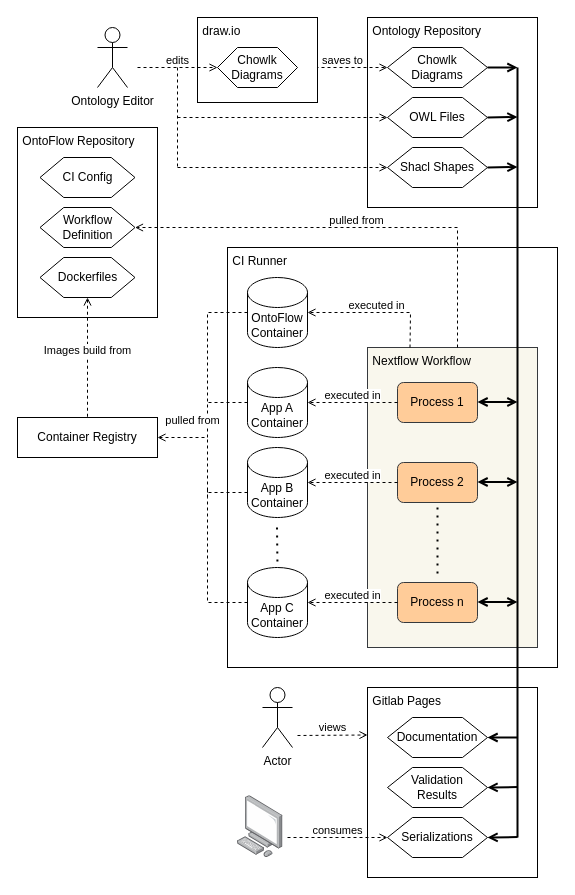
Earlier version of the draw.io diagram architecture.drawio (BonaBeavis/ontoflow-paper). Source tidied: cells renumbered, new cells numbered last; positions are measured from the earlier drawing's top-left corner, leaving out a move shared by most shapes. Both pictures are drawn from the tidied source at 100%, with x=0, y=0 at pixel (17, 17).
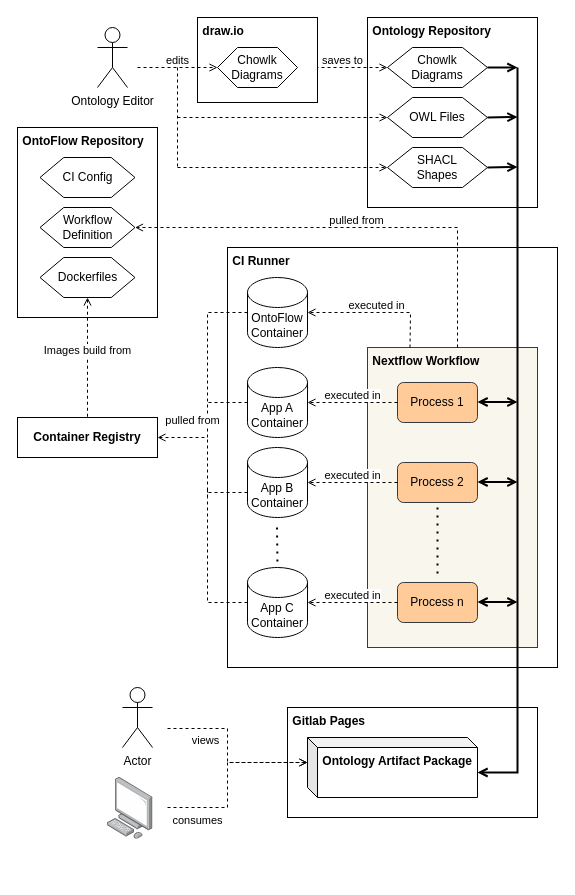
After the change.

The edit, as a diff of the source:
```diff
@@
-    <mxCell id="2" value="&amp;nbsp;Gitlab Pages" style="rounded=0;whiteSpace=wrap;html=1;align=left;verticalAlign=top;" parent="1" vertex="1">
-      <mxGeometry x="350" y="670" width="170" height="190" as="geometry" />
+    <mxCell id="2" value="&amp;nbsp;Gitlab Pages" style="rounded=0;whiteSpace=wrap;html=1;align=left;verticalAlign=top;fontStyle=1;" parent="1" vertex="1">
+      <mxGeometry x="270" y="690" width="250" height="110" as="geometry" />
     </mxCell>
-    <mxCell id="3" value="Serializations" style="shape=hexagon;rounded=0;whiteSpace=wrap;html=1;align=center;" parent="1" vertex="1">
-      <mxGeometry x="370" y="800" width="100" height="40" as="geometry" />
-    </mxCell>
-    <mxCell id="4" value="Validation &lt;br&gt;Results" style="shape=hexagon;rounded=0;whiteSpace=wrap;html=1;align=center;" parent="1" vertex="1">
-      <mxGeometry x="370" y="750" width="100" height="40" as="geometry" />
-    </mxCell>
-    <mxCell id="5" value="Documentation" style="shape=hexagon;rounded=0;whiteSpace=wrap;html=1;align=center;" parent="1" vertex="1">
-      <mxGeometry x="370" y="700" width="100" height="40" as="geometry" />
-    </mxCell>
-    <mxCell id="6" style="endArrow=open;html=1;entryX=1;entryY=0.5;entryDx=0;entryDy=0;endFill=0;startArrow=none;startFill=0;strokeWidth=2;" parent="1" edge="1" target="5">
-      <mxGeometry relative="1" as="geometry">
-        <mxPoint x="500" y="720" as="sourcePoint" />
-      </mxGeometry>
-    </mxCell>
-    <mxCell id="7" style="endArrow=open;html=1;startArrow=none;startFill=0;endFill=0;entryX=1;entryY=0.5;entryDx=0;entryDy=0;strokeWidth=2;" parent="1" edge="1" target="4">
-      <mxGeometry relative="1" as="geometry">
-        <mxPoint x="500" y="769.5" as="sourcePoint" />
-      </mxGeometry>
-    </mxCell>
-    <mxCell id="8" style="endArrow=open;html=1;entryX=1;entryY=0.5;entryDx=0;entryDy=0;startArrow=none;startFill=0;endFill=0;strokeWidth=2;" parent="1" edge="1" target="3">
-      <mxGeometry relative="1" as="geometry">
-        <mxPoint x="500" y="819.5" as="sourcePoint" />
-      </mxGeometry>
-    </mxCell>
-    <mxCell id="9" value="&amp;nbsp;CI Runner" style="rounded=0;whiteSpace=wrap;html=1;align=left;verticalAlign=top;" parent="1" vertex="1">
+    <mxCell id="9" value="&amp;nbsp;CI Runner" style="rounded=0;whiteSpace=wrap;html=1;align=left;verticalAlign=top;fontStyle=1;" parent="1" vertex="1">
       <mxGeometry x="210" y="230" width="330" height="420" as="geometry" />
     </mxCell>
-    <mxCell id="10" value="&amp;nbsp;Nextflow Workflow" style="rounded=0;whiteSpace=wrap;html=1;horizontal=1;verticalAlign=top;align=left;fillColor=#f9f7ed;strokeColor=#36393d;" parent="1" vertex="1">
+    <mxCell id="10" value="&amp;nbsp;Nextflow Workflow" style="rounded=0;whiteSpace=wrap;html=1;horizontal=1;verticalAlign=top;align=left;fillColor=#f9f7ed;strokeColor=#36393d;fontStyle=1;" parent="1" vertex="1">
       <mxGeometry x="350" y="330" width="170" height="300" as="geometry" />
     </mxCell>
@@
-    <mxCell id="23" value="Container Registry" style="rounded=0;whiteSpace=wrap;html=1;align=center;" parent="1" vertex="1">
+    <mxCell id="23" value="Container Registry" style="rounded=0;whiteSpace=wrap;html=1;align=center;fontStyle=1;" parent="1" vertex="1">
       <mxGeometry y="400" width="140" height="40" as="geometry" />
     </mxCell>
@@
-    <mxCell id="25" value="&amp;nbsp;Ontology Repository" style="rounded=0;whiteSpace=wrap;html=1;align=left;verticalAlign=top;" parent="1" vertex="1">
+    <mxCell id="25" value="&amp;nbsp;Ontology Repository" style="rounded=0;whiteSpace=wrap;html=1;align=left;verticalAlign=top;fontStyle=1;" parent="1" vertex="1">
       <mxGeometry x="350" width="170" height="190" as="geometry" />
     </mxCell>
-    <mxCell id="26" value="Shacl Shapes" style="shape=hexagon;rounded=0;whiteSpace=wrap;html=1;align=center;" parent="1" vertex="1">
+    <mxCell id="26" value="SHACL&lt;br&gt;Shapes" style="shape=hexagon;rounded=0;whiteSpace=wrap;html=1;align=center;" parent="1" vertex="1">
       <mxGeometry x="370" y="130" width="100" height="40" as="geometry" />
     </mxCell>
@@
-    <mxCell id="32" style="endArrow=none;html=1;strokeWidth=2;" parent="1" edge="1">
+    <mxCell id="32" style="endArrow=none;html=1;strokeWidth=2;exitX=0;exitY=0;exitDx=170;exitDy=35;exitPerimeter=0;rounded=0;endFill=0;startArrow=open;startFill=0;" parent="1" edge="1" source="59">
       <mxGeometry relative="1" as="geometry">
-        <mxPoint x="500" y="820" as="sourcePoint" />
         <mxPoint x="500" y="50" as="targetPoint" />
+        <Array as="points">
+          <mxPoint x="500" y="755" />
+        </Array>
       </mxGeometry>
     </mxCell>
@@
     <mxCell id="37" value="Actor" style="shape=umlActor;verticalLabelPosition=bottom;verticalAlign=top;html=1;align=center;" parent="1" vertex="1">
-      <mxGeometry x="245" y="670" width="30" height="60" as="geometry" />
+      <mxGeometry x="105" y="670" width="30" height="60" as="geometry" />
     </mxCell>
@@
-    <mxCell id="39" value="views&lt;br&gt;" style="endArrow=open;html=1;spacingBottom=15;dashed=1;entryX=0;entryY=0.25;entryDx=0;entryDy=0;endFill=0;" parent="1" edge="1" target="2">
-      <mxGeometry relative="1" as="geometry">
-        <mxPoint x="280" y="718" as="sourcePoint" />
-      </mxGeometry>
-    </mxCell>
@@
     <mxCell id="43" style="html=1;align=center;shadow=0;dashed=0;image;image=img/lib/allied_telesis/computer_and_terminals/Personal_Computer.svg;" parent="1" vertex="1">
-      <mxGeometry x="220" y="778.2" width="45.6" height="61.8" as="geometry" />
+      <mxGeometry x="90" y="760" width="45.6" height="61.8" as="geometry" />
     </mxCell>
-    <mxCell id="44" value="consumes" style="endArrow=open;html=1;spacingBottom=15;dashed=1;endFill=0;entryX=0;entryY=0.5;entryDx=0;entryDy=0;" parent="1" edge="1" target="3">
-      <mxGeometry relative="1" as="geometry">
-        <mxPoint x="270" y="820" as="sourcePoint" />
+    <mxCell id="44" value="consumes" style="endArrow=open;html=1;spacingBottom=15;dashed=1;endFill=0;entryX=0;entryY=0;entryDx=0;entryDy=25;entryPerimeter=0;rounded=0;" parent="1" edge="1" target="59">
+      <mxGeometry x="-0.68" y="-20" relative="1" as="geometry">
+        <mxPoint x="150" y="790" as="sourcePoint" />
+        <Array as="points">
+          <mxPoint x="210" y="790" />
+          <mxPoint x="210" y="745" />
+        </Array>
       </mxGeometry>
     </mxCell>
@@
-    <mxCell id="48" value="&amp;nbsp;OntoFlow Repository" style="rounded=0;whiteSpace=wrap;html=1;align=left;verticalAlign=top;" parent="1" vertex="1">
+    <mxCell id="48" value="&amp;nbsp;OntoFlow Repository" style="rounded=0;whiteSpace=wrap;html=1;align=left;verticalAlign=top;fontStyle=1;" parent="1" vertex="1">
       <mxGeometry y="110" width="140" height="190" as="geometry" />
     </mxCell>
@@
-    <mxCell id="53" value="&amp;nbsp;draw.io" style="rounded=0;whiteSpace=wrap;html=1;align=left;horizontal=1;verticalAlign=top;" parent="1" vertex="1">
+    <mxCell id="53" value="&amp;nbsp;draw.io" style="rounded=0;whiteSpace=wrap;html=1;align=left;horizontal=1;verticalAlign=top;fontStyle=1;" parent="1" vertex="1">
       <mxGeometry x="180" width="120" height="85" as="geometry" />
     </mxCell>
@@
+    <mxCell id="58" style="group;" parent="1" vertex="1">
+      <mxGeometry x="290" y="720" width="170" height="60" as="geometry" />
+    </mxCell>
+    <mxCell id="59" value="&amp;nbsp;Ontology Artifact Package" style="shape=cube;whiteSpace=wrap;html=1;boundedLbl=1;backgroundOutline=1;darkOpacity=0.05;darkOpacity2=0.1;size=10;verticalAlign=top;align=left;fontStyle=1;" parent="58" vertex="1">
+      <mxGeometry width="170" height="60" as="geometry" />
+    </mxCell>
+    <mxCell id="39" value="views&lt;br&gt;" style="endArrow=open;html=1;spacingBottom=15;dashed=1;entryX=0;entryY=0;entryDx=0;entryDy=25;endFill=0;entryPerimeter=0;rounded=0;" parent="1" edge="1" target="59">
+      <mxGeometry x="-0.56" y="-19" relative="1" as="geometry">
+        <mxPoint x="150" y="711" as="sourcePoint" />
+        <Array as="points">
+          <mxPoint x="210" y="711" />
+          <mxPoint x="210" y="745" />
+        </Array>
+      </mxGeometry>
+    </mxCell>
```
